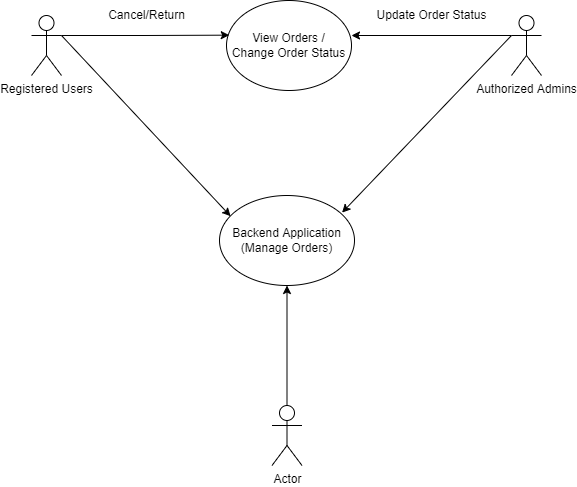
Earlier version of the draw.io export Use case diagram/Manage orders.png (mohitleo03/Software-Engineering-Project-Management). Source tidied: cells renumbered, new cells last; positions are measured from the earlier drawing's top-left corner, leaving out a move shared by most shapes.
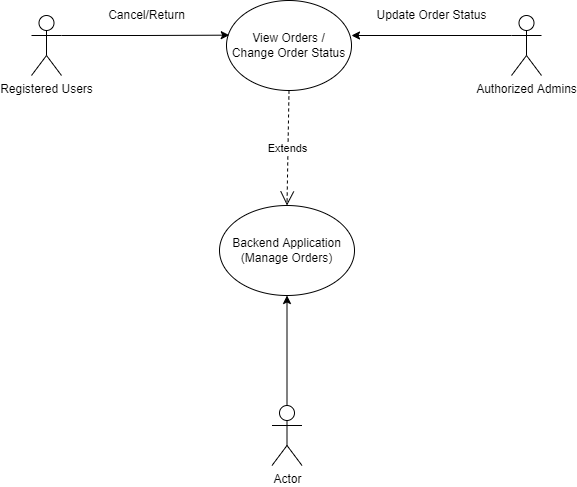
Above is the later version.

Change to the diagram source:
```diff
@@ -6,7 +6,7 @@
       <mxGeometry x="195" width="125" height="90" as="geometry" />
     </mxCell>
     <mxCell id="3" value="Backend Application&lt;br&gt;(Manage Orders)" style="ellipse;whiteSpace=wrap;html=1;" parent="1" vertex="1">
-      <mxGeometry x="188" y="195" width="135" height="90" as="geometry" />
+      <mxGeometry x="188" y="205" width="135" height="90" as="geometry" />
     </mxCell>
     <mxCell id="4" style="edgeStyle=orthogonalEdgeStyle;rounded=0;jettySize=auto;html=1;exitX=1;exitY=0.3333333333333333;exitDx=0;exitDy=0;exitPerimeter=0;entryX=0.022;entryY=0.385;entryDx=0;entryDy=0;entryPerimeter=0;" parent="1" edge="1" source="5" target="2">
       <mxGeometry relative="1" as="geometry" />
@@ -22,12 +22,6 @@
     <mxCell id="7" value="Authorized Admins" style="shape=umlActor;verticalLabelPosition=bottom;verticalAlign=top;html=1;outlineConnect=0;" parent="1" vertex="1">
       <mxGeometry x="480" y="15" width="30" height="60" as="geometry" />
     </mxCell>
-    <mxCell id="8" style="endArrow=classic;html=1;rounded=0;exitX=1;exitY=0.3333333333333333;exitDx=0;exitDy=0;exitPerimeter=0;entryX=0.082;entryY=0.23;entryDx=0;entryDy=0;entryPerimeter=0;" parent="1" edge="1" source="5" target="3">
-      <mxGeometry relative="1" as="geometry" />
-    </mxCell>
-    <mxCell id="9" style="endArrow=classic;html=1;rounded=0;exitX=0;exitY=0.3333333333333333;exitDx=0;exitDy=0;exitPerimeter=0;entryX=0.908;entryY=0.19;entryDx=0;entryDy=0;entryPerimeter=0;" parent="1" edge="1" source="7" target="3">
-      <mxGeometry relative="1" as="geometry" />
-    </mxCell>
     <mxCell id="10" style="edgeStyle=orthogonalEdgeStyle;rounded=0;jettySize=auto;html=1;exitX=0.5;exitY=0;exitDx=0;exitDy=0;exitPerimeter=0;entryX=0.5;entryY=1;entryDx=0;entryDy=0;" parent="1" edge="1" source="11" target="3">
       <mxGeometry relative="1" as="geometry" />
     </mxCell>
@@ -40,5 +34,8 @@
     <mxCell id="13" value="Update Order Status" style="text;html=1;align=center;verticalAlign=middle;strokeColor=none;fillColor=none;" parent="1" vertex="1">
       <mxGeometry x="335" y="5" width="130" height="20" as="geometry" />
     </mxCell>
+    <mxCell id="14" value="Extends" style="endArrow=open;endSize=12;dashed=1;html=1;rounded=0;exitX=0.5;exitY=1;exitDx=0;exitDy=0;entryX=0.5;entryY=0;entryDx=0;entryDy=0;" parent="1" edge="1" source="2" target="3">
+      <mxGeometry relative="1" as="geometry" />
+    </mxCell>
   </root>
 </mxGraphModel>
```
